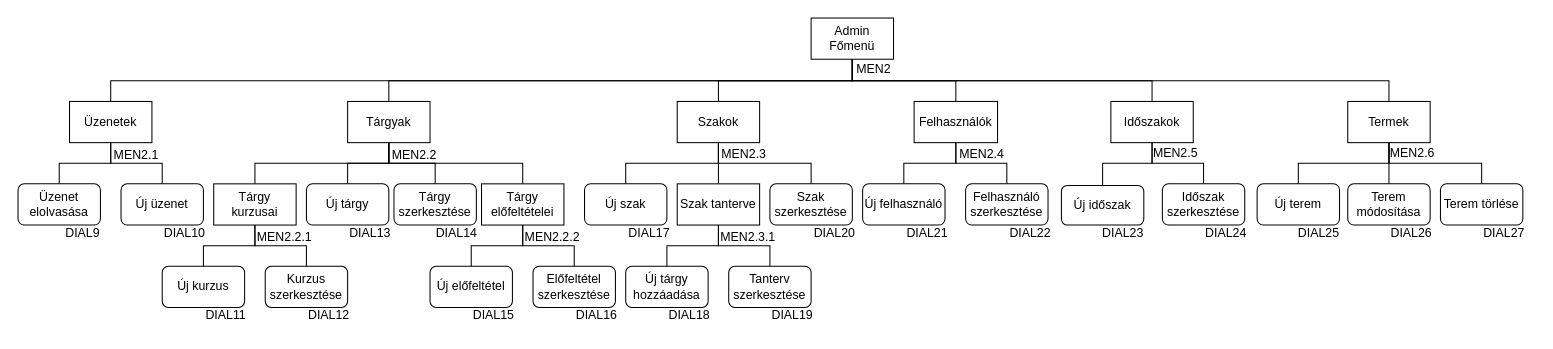
Above: ssadm/Menütervek/admin_menuterv.drawio in SzoDavid/murica (draw.io), before the change. Source tidied: cells renumbered, new cells numbered last; positions are measured from the earlier drawing's top-left corner, leaving out a move shared by most shapes. Both pictures are drawn from the tidied source at 103%, with x=0, y=0 at pixel (18, 18).
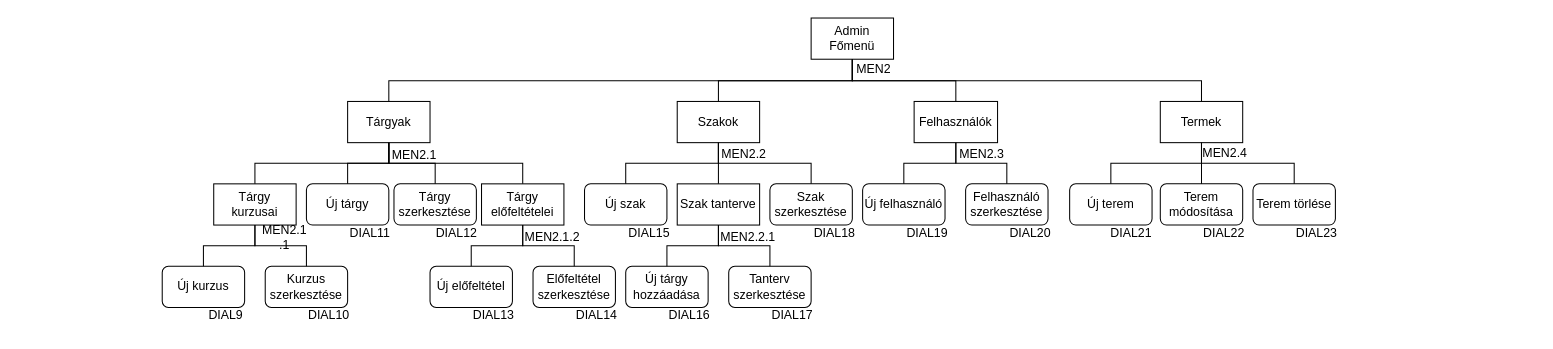
After the change.

The change refers to these unchanged cells:
```xml
<mxCell id="2" value="Admin&lt;br&gt;Főmenü" style="rounded=0;whiteSpace=wrap;html=1;" parent="1" vertex="1">
  <mxGeometry x="770" width="80" height="40" as="geometry" />
</mxCell>
```

Diff of the diagram source:
```diff
@@
-    <mxCell id="4" value="Üzenetek" style="rounded=0;whiteSpace=wrap;html=1;" parent="1" vertex="1">
-      <mxGeometry x="50" y="81" width="80" height="40" as="geometry" />
-    </mxCell>
@@
-    <mxCell id="6" value="Új üzenet" style="rounded=1;whiteSpace=wrap;html=1;" parent="1" vertex="1">
-      <mxGeometry x="100" y="161" width="80" height="40" as="geometry" />
-    </mxCell>
-    <mxCell id="7" value="Üzenet elolvasása" style="rounded=1;whiteSpace=wrap;html=1;" parent="1" vertex="1">
-      <mxGeometry y="161" width="80" height="40" as="geometry" />
-    </mxCell>
-    <mxCell id="8" style="endArrow=none;html=1;rounded=0;edgeStyle=elbowEdgeStyle;exitX=0.5;exitY=0;exitDx=0;exitDy=0;elbow=vertical;" parent="1" edge="1" source="4" target="2">
-      <mxGeometry relative="1" as="geometry" />
-    </mxCell>
@@
-    <mxCell id="11" style="endArrow=none;html=1;rounded=0;edgeStyle=elbowEdgeStyle;elbow=vertical;exitX=0.5;exitY=0;exitDx=0;exitDy=0;entryX=0.5;entryY=1;entryDx=0;entryDy=0;" parent="1" edge="1" source="7" target="4">
-      <mxGeometry relative="1" as="geometry" />
-    </mxCell>
-    <mxCell id="12" style="endArrow=none;html=1;rounded=0;edgeStyle=elbowEdgeStyle;entryX=0.5;entryY=1;entryDx=0;entryDy=0;exitX=0.5;exitY=0;exitDx=0;exitDy=0;elbow=vertical;" parent="1" edge="1" source="6" target="4">
-      <mxGeometry relative="1" as="geometry" />
-    </mxCell>
@@
-    <mxCell id="47" value="MEN2.1" style="text;html=1;strokeColor=none;fillColor=none;align=center;verticalAlign=middle;whiteSpace=wrap;rounded=0;" parent="1" vertex="1">
-      <mxGeometry x="85" y="118" width="60" height="30" as="geometry" />
-    </mxCell>
-    <mxCell id="48" value="MEN2.2" style="text;html=1;strokeColor=none;fillColor=none;align=center;verticalAlign=middle;whiteSpace=wrap;rounded=0;" parent="1" vertex="1">
+    <mxCell id="48" value="MEN2.1" style="text;html=1;strokeColor=none;fillColor=none;align=center;verticalAlign=middle;whiteSpace=wrap;rounded=0;" parent="1" vertex="1">
       <mxGeometry x="355" y="118" width="60" height="30" as="geometry" />
     </mxCell>
-    <mxCell id="49" value="MEN2.3" style="text;html=1;strokeColor=none;fillColor=none;align=center;verticalAlign=middle;whiteSpace=wrap;rounded=0;" parent="1" vertex="1">
+    <mxCell id="49" value="MEN2.2" style="text;html=1;strokeColor=none;fillColor=none;align=center;verticalAlign=middle;whiteSpace=wrap;rounded=0;" parent="1" vertex="1">
       <mxGeometry x="675" y="117" width="60" height="30" as="geometry" />
     </mxCell>
-    <mxCell id="50" value="MEN2.4" style="text;html=1;strokeColor=none;fillColor=none;align=center;verticalAlign=middle;whiteSpace=wrap;rounded=0;" parent="1" vertex="1">
+    <mxCell id="50" value="MEN2.3" style="text;html=1;strokeColor=none;fillColor=none;align=center;verticalAlign=middle;whiteSpace=wrap;rounded=0;" parent="1" vertex="1">
       <mxGeometry x="906" y="117" width="60" height="30" as="geometry" />
     </mxCell>
-    <mxCell id="51" value="MEN2.2.1" style="text;html=1;strokeColor=none;fillColor=none;align=center;verticalAlign=middle;whiteSpace=wrap;rounded=0;" parent="1" vertex="1">
+    <mxCell id="51" value="MEN2.1&lt;br&gt;.1" style="text;html=1;strokeColor=none;fillColor=none;align=center;verticalAlign=middle;whiteSpace=wrap;rounded=0;" parent="1" vertex="1">
       <mxGeometry x="229" y="198" width="60" height="30" as="geometry" />
     </mxCell>
-    <mxCell id="52" value="MEN2.2.2" style="text;html=1;strokeColor=none;fillColor=none;align=center;verticalAlign=middle;whiteSpace=wrap;rounded=0;" parent="1" vertex="1">
+    <mxCell id="52" value="MEN2.1.2" style="text;html=1;strokeColor=none;fillColor=none;align=center;verticalAlign=middle;whiteSpace=wrap;rounded=0;" parent="1" vertex="1">
       <mxGeometry x="489" y="198" width="60" height="30" as="geometry" />
     </mxCell>
-    <mxCell id="53" value="MEN2.3.1" style="text;html=1;strokeColor=none;fillColor=none;align=center;verticalAlign=middle;whiteSpace=wrap;rounded=0;" parent="1" vertex="1">
+    <mxCell id="53" value="MEN2.2.1" style="text;html=1;strokeColor=none;fillColor=none;align=center;verticalAlign=middle;whiteSpace=wrap;rounded=0;" parent="1" vertex="1">
       <mxGeometry x="679" y="198" width="60" height="30" as="geometry" />
     </mxCell>
-    <mxCell id="54" value="DIAL9" style="text;html=1;strokeColor=none;fillColor=none;align=center;verticalAlign=middle;whiteSpace=wrap;rounded=0;" parent="1" vertex="1">
-      <mxGeometry x="33" y="194" width="60" height="30" as="geometry" />
-    </mxCell>
-    <mxCell id="55" value="DIAL10" style="text;html=1;strokeColor=none;fillColor=none;align=center;verticalAlign=middle;whiteSpace=wrap;rounded=0;" parent="1" vertex="1">
-      <mxGeometry x="132" y="194" width="60" height="30" as="geometry" />
-    </mxCell>
-    <mxCell id="56" value="DIAL11" style="text;html=1;strokeColor=none;fillColor=none;align=center;verticalAlign=middle;whiteSpace=wrap;rounded=0;" parent="1" vertex="1">
+    <mxCell id="56" value="DIAL9" style="text;html=1;strokeColor=none;fillColor=none;align=center;verticalAlign=middle;whiteSpace=wrap;rounded=0;" parent="1" vertex="1">
       <mxGeometry x="172" y="274" width="60" height="30" as="geometry" />
     </mxCell>
-    <mxCell id="57" value="DIAL12" style="text;html=1;strokeColor=none;fillColor=none;align=center;verticalAlign=middle;whiteSpace=wrap;rounded=0;" parent="1" vertex="1">
+    <mxCell id="57" value="DIAL10" style="text;html=1;strokeColor=none;fillColor=none;align=center;verticalAlign=middle;whiteSpace=wrap;rounded=0;" parent="1" vertex="1">
       <mxGeometry x="272" y="274" width="60" height="30" as="geometry" />
     </mxCell>
-    <mxCell id="58" value="DIAL13" style="text;html=1;strokeColor=none;fillColor=none;align=center;verticalAlign=middle;whiteSpace=wrap;rounded=0;" parent="1" vertex="1">
+    <mxCell id="58" value="DIAL11" style="text;html=1;strokeColor=none;fillColor=none;align=center;verticalAlign=middle;whiteSpace=wrap;rounded=0;" parent="1" vertex="1">
       <mxGeometry x="312" y="194" width="60" height="30" as="geometry" />
     </mxCell>
-    <mxCell id="59" value="DIAL14" style="text;html=1;strokeColor=none;fillColor=none;align=center;verticalAlign=middle;whiteSpace=wrap;rounded=0;" parent="1" vertex="1">
+    <mxCell id="59" value="DIAL12" style="text;html=1;strokeColor=none;fillColor=none;align=center;verticalAlign=middle;whiteSpace=wrap;rounded=0;" parent="1" vertex="1">
       <mxGeometry x="396" y="194" width="60" height="30" as="geometry" />
     </mxCell>
-    <mxCell id="60" value="DIAL15" style="text;html=1;strokeColor=none;fillColor=none;align=center;verticalAlign=middle;whiteSpace=wrap;rounded=0;" parent="1" vertex="1">
+    <mxCell id="60" value="DIAL13" style="text;html=1;strokeColor=none;fillColor=none;align=center;verticalAlign=middle;whiteSpace=wrap;rounded=0;" parent="1" vertex="1">
       <mxGeometry x="432" y="274" width="60" height="30" as="geometry" />
     </mxCell>
-    <mxCell id="61" value="DIAL16" style="text;html=1;strokeColor=none;fillColor=none;align=center;verticalAlign=middle;whiteSpace=wrap;rounded=0;" parent="1" vertex="1">
+    <mxCell id="61" value="DIAL14" style="text;html=1;strokeColor=none;fillColor=none;align=center;verticalAlign=middle;whiteSpace=wrap;rounded=0;" parent="1" vertex="1">
       <mxGeometry x="532" y="274" width="60" height="30" as="geometry" />
     </mxCell>
-    <mxCell id="62" value="DIAL17" style="text;html=1;strokeColor=none;fillColor=none;align=center;verticalAlign=middle;whiteSpace=wrap;rounded=0;" parent="1" vertex="1">
+    <mxCell id="62" value="DIAL15" style="text;html=1;strokeColor=none;fillColor=none;align=center;verticalAlign=middle;whiteSpace=wrap;rounded=0;" parent="1" vertex="1">
       <mxGeometry x="583" y="194" width="60" height="30" as="geometry" />
     </mxCell>
-    <mxCell id="63" value="DIAL18" style="text;html=1;strokeColor=none;fillColor=none;align=center;verticalAlign=middle;whiteSpace=wrap;rounded=0;" parent="1" vertex="1">
+    <mxCell id="63" value="DIAL16" style="text;html=1;strokeColor=none;fillColor=none;align=center;verticalAlign=middle;whiteSpace=wrap;rounded=0;" parent="1" vertex="1">
       <mxGeometry x="622" y="274" width="60" height="30" as="geometry" />
     </mxCell>
-    <mxCell id="64" value="DIAL19" style="text;html=1;strokeColor=none;fillColor=none;align=center;verticalAlign=middle;whiteSpace=wrap;rounded=0;" parent="1" vertex="1">
+    <mxCell id="64" value="DIAL17" style="text;html=1;strokeColor=none;fillColor=none;align=center;verticalAlign=middle;whiteSpace=wrap;rounded=0;" parent="1" vertex="1">
       <mxGeometry x="722" y="274" width="60" height="30" as="geometry" />
     </mxCell>
-    <mxCell id="65" value="DIAL20" style="text;html=1;strokeColor=none;fillColor=none;align=center;verticalAlign=middle;whiteSpace=wrap;rounded=0;" parent="1" vertex="1">
+    <mxCell id="65" value="DIAL18" style="text;html=1;strokeColor=none;fillColor=none;align=center;verticalAlign=middle;whiteSpace=wrap;rounded=0;" parent="1" vertex="1">
       <mxGeometry x="763" y="194" width="60" height="30" as="geometry" />
     </mxCell>
-    <mxCell id="66" value="DIAL21" style="text;html=1;strokeColor=none;fillColor=none;align=center;verticalAlign=middle;whiteSpace=wrap;rounded=0;" parent="1" vertex="1">
+    <mxCell id="66" value="DIAL19" style="text;html=1;strokeColor=none;fillColor=none;align=center;verticalAlign=middle;whiteSpace=wrap;rounded=0;" parent="1" vertex="1">
       <mxGeometry x="853" y="194" width="60" height="30" as="geometry" />
     </mxCell>
-    <mxCell id="67" value="DIAL22" style="text;html=1;strokeColor=none;fillColor=none;align=center;verticalAlign=middle;whiteSpace=wrap;rounded=0;" parent="1" vertex="1">
+    <mxCell id="67" value="DIAL20" style="text;html=1;strokeColor=none;fillColor=none;align=center;verticalAlign=middle;whiteSpace=wrap;rounded=0;" parent="1" vertex="1">
       <mxGeometry x="953" y="194" width="60" height="30" as="geometry" />
     </mxCell>
-    <mxCell id="68" value="Időszakok" style="rounded=0;whiteSpace=wrap;html=1;" parent="1" vertex="1">
-      <mxGeometry x="1061" y="81" width="80" height="40" as="geometry" />
-    </mxCell>
-    <mxCell id="69" value="Új időszak" style="rounded=1;whiteSpace=wrap;html=1;" parent="1" vertex="1">
-      <mxGeometry x="1013" y="162.5" width="80" height="38.5" as="geometry" />
-    </mxCell>
-    <mxCell id="70" value="Időszak szerkesztése" style="rounded=1;whiteSpace=wrap;html=1;" parent="1" vertex="1">
-      <mxGeometry x="1111" y="161" width="80" height="40" as="geometry" />
-    </mxCell>
-    <mxCell id="71" style="endArrow=none;html=1;rounded=0;entryX=0.5;entryY=1;entryDx=0;entryDy=0;exitX=0.5;exitY=0;exitDx=0;exitDy=0;edgeStyle=elbowEdgeStyle;elbow=vertical;" parent="1" edge="1" source="69" target="68">
-      <mxGeometry relative="1" as="geometry">
-        <Array as="points">
-          <mxPoint x="1081" y="141" />
-        </Array>
-      </mxGeometry>
-    </mxCell>
-    <mxCell id="72" style="endArrow=none;html=1;rounded=0;entryX=0.5;entryY=1;entryDx=0;entryDy=0;exitX=0.5;exitY=0;exitDx=0;exitDy=0;edgeStyle=elbowEdgeStyle;elbow=vertical;" parent="1" edge="1" source="70" target="68">
-      <mxGeometry relative="1" as="geometry">
-        <Array as="points">
-          <mxPoint x="1131" y="141" />
-        </Array>
-      </mxGeometry>
-    </mxCell>
-    <mxCell id="73" style="endArrow=none;html=1;rounded=0;entryX=0.5;entryY=0;entryDx=0;entryDy=0;exitX=0.5;exitY=1;exitDx=0;exitDy=0;edgeStyle=elbowEdgeStyle;elbow=vertical;" parent="1" edge="1" source="2" target="68">
-      <mxGeometry relative="1" as="geometry" />
-    </mxCell>
-    <mxCell id="74" value="MEN2.5" style="text;html=1;strokeColor=none;fillColor=none;align=center;verticalAlign=middle;whiteSpace=wrap;rounded=0;" parent="1" vertex="1">
-      <mxGeometry x="1094" y="116" width="60" height="30" as="geometry" />
-    </mxCell>
-    <mxCell id="75" value="DIAL23" style="text;html=1;strokeColor=none;fillColor=none;align=center;verticalAlign=middle;whiteSpace=wrap;rounded=0;" parent="1" vertex="1">
-      <mxGeometry x="1043" y="194" width="60" height="30" as="geometry" />
-    </mxCell>
-    <mxCell id="76" value="DIAL24" style="text;html=1;strokeColor=none;fillColor=none;align=center;verticalAlign=middle;whiteSpace=wrap;rounded=0;" parent="1" vertex="1">
-      <mxGeometry x="1143" y="194" width="60" height="30" as="geometry" />
-    </mxCell>
     <mxCell id="77" value="Termek" style="rounded=0;whiteSpace=wrap;html=1;" parent="1" vertex="1">
-      <mxGeometry x="1291" y="81" width="80" height="40" as="geometry" />
+      <mxGeometry x="1109" y="81" width="80" height="40" as="geometry" />
     </mxCell>
     <mxCell id="78" value="Új terem" style="rounded=1;whiteSpace=wrap;html=1;" parent="1" vertex="1">
-      <mxGeometry x="1203" y="161" width="80" height="40" as="geometry" />
+      <mxGeometry x="1021" y="161" width="80" height="40" as="geometry" />
     </mxCell>
     <mxCell id="79" value="Terem módosítása" style="rounded=1;whiteSpace=wrap;html=1;" parent="1" vertex="1">
-      <mxGeometry x="1291" y="161" width="80" height="40" as="geometry" />
+      <mxGeometry x="1109" y="161" width="80" height="40" as="geometry" />
     </mxCell>
     <mxCell id="80" value="Terem törlése" style="rounded=1;whiteSpace=wrap;html=1;" parent="1" vertex="1">
-      <mxGeometry x="1381" y="161" width="80" height="40" as="geometry" />
+      <mxGeometry x="1199" y="161" width="80" height="40" as="geometry" />
     </mxCell>
@@
     <mxCell id="83" style="endArrow=none;html=1;rounded=0;exitX=0.5;exitY=0;exitDx=0;exitDy=0;edgeStyle=elbowEdgeStyle;elbow=vertical;" parent="1" edge="1" source="80">
       <mxGeometry relative="1" as="geometry">
-        <mxPoint x="1331" y="121" as="targetPoint" />
+        <mxPoint x="1149" y="121" as="targetPoint" />
       </mxGeometry>
     </mxCell>
@@
-    <mxCell id="85" value="MEN2.6" style="text;html=1;strokeColor=none;fillColor=none;align=center;verticalAlign=middle;whiteSpace=wrap;rounded=0;" parent="1" vertex="1">
-      <mxGeometry x="1324" y="116" width="60" height="30" as="geometry" />
+    <mxCell id="85" value="MEN2.4" style="text;html=1;strokeColor=none;fillColor=none;align=center;verticalAlign=middle;whiteSpace=wrap;rounded=0;" parent="1" vertex="1">
+      <mxGeometry x="1142" y="116" width="60" height="30" as="geometry" />
     </mxCell>
-    <mxCell id="86" value="DIAL25" style="text;html=1;strokeColor=none;fillColor=none;align=center;verticalAlign=middle;whiteSpace=wrap;rounded=0;" parent="1" vertex="1">
-      <mxGeometry x="1233" y="194" width="60" height="30" as="geometry" />
+    <mxCell id="86" value="DIAL21" style="text;html=1;strokeColor=none;fillColor=none;align=center;verticalAlign=middle;whiteSpace=wrap;rounded=0;" parent="1" vertex="1">
+      <mxGeometry x="1051" y="194" width="60" height="30" as="geometry" />
     </mxCell>
-    <mxCell id="87" value="DIAL26" style="text;html=1;strokeColor=none;fillColor=none;align=center;verticalAlign=middle;whiteSpace=wrap;rounded=0;" parent="1" vertex="1">
-      <mxGeometry x="1323" y="194" width="60" height="30" as="geometry" />
+    <mxCell id="87" value="DIAL22" style="text;html=1;strokeColor=none;fillColor=none;align=center;verticalAlign=middle;whiteSpace=wrap;rounded=0;" parent="1" vertex="1">
+      <mxGeometry x="1141" y="194" width="60" height="30" as="geometry" />
     </mxCell>
-    <mxCell id="88" value="DIAL27" style="text;html=1;strokeColor=none;fillColor=none;align=center;verticalAlign=middle;whiteSpace=wrap;rounded=0;" parent="1" vertex="1">
-      <mxGeometry x="1413" y="194" width="60" height="30" as="geometry" />
+    <mxCell id="88" value="DIAL23" style="text;html=1;strokeColor=none;fillColor=none;align=center;verticalAlign=middle;whiteSpace=wrap;rounded=0;" parent="1" vertex="1">
+      <mxGeometry x="1231" y="194" width="60" height="30" as="geometry" />
     </mxCell>
```
